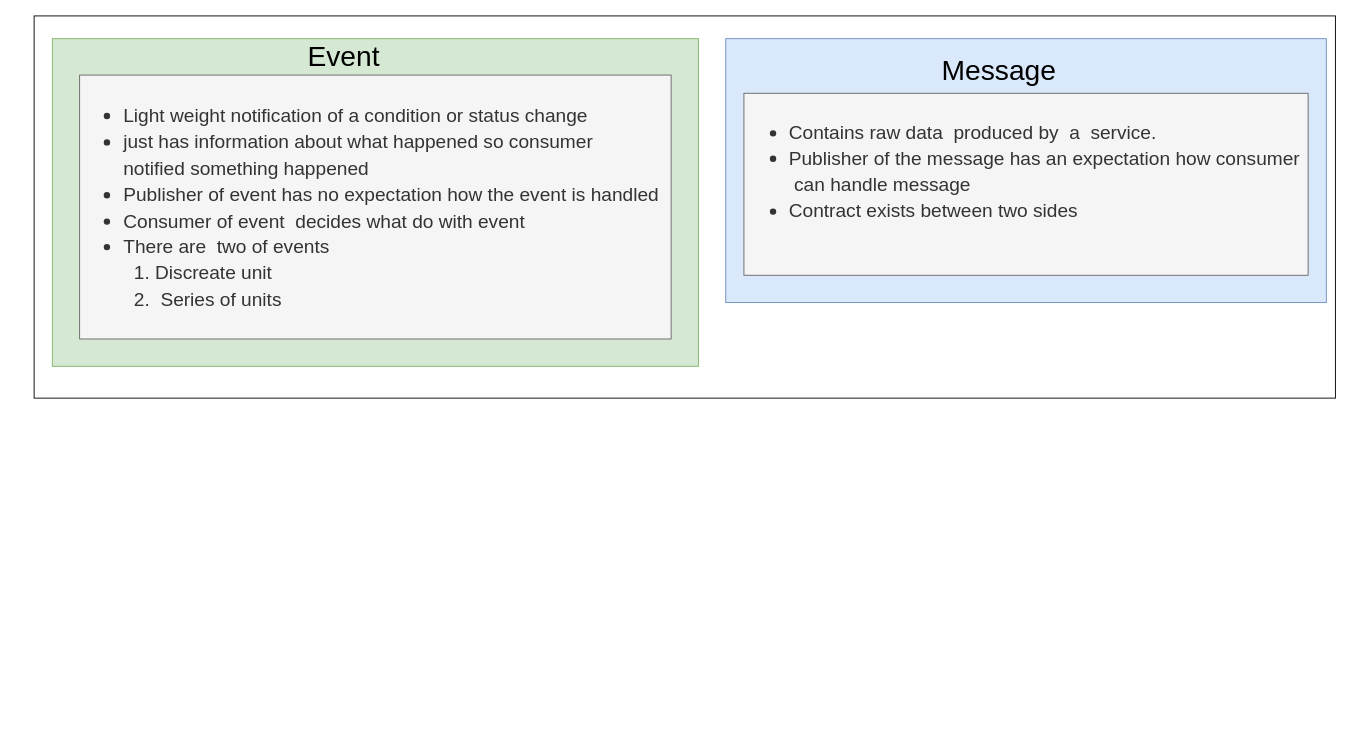
Before: page "Event VS Message" (2 of 3) of EventGrid/EventGrid_Flow_Diagrams.drawio in KollaRajesh/aztd-AzureMessagingServices, a draw.io diagram. Source tidied: cells renumbered, new cells numbered last; positions are measured from the earlier drawing's top-left corner, leaving out a move shared by most shapes. Both pictures are drawn from the tidied source at 91%, with x=0, y=0 at pixel (34, 15).
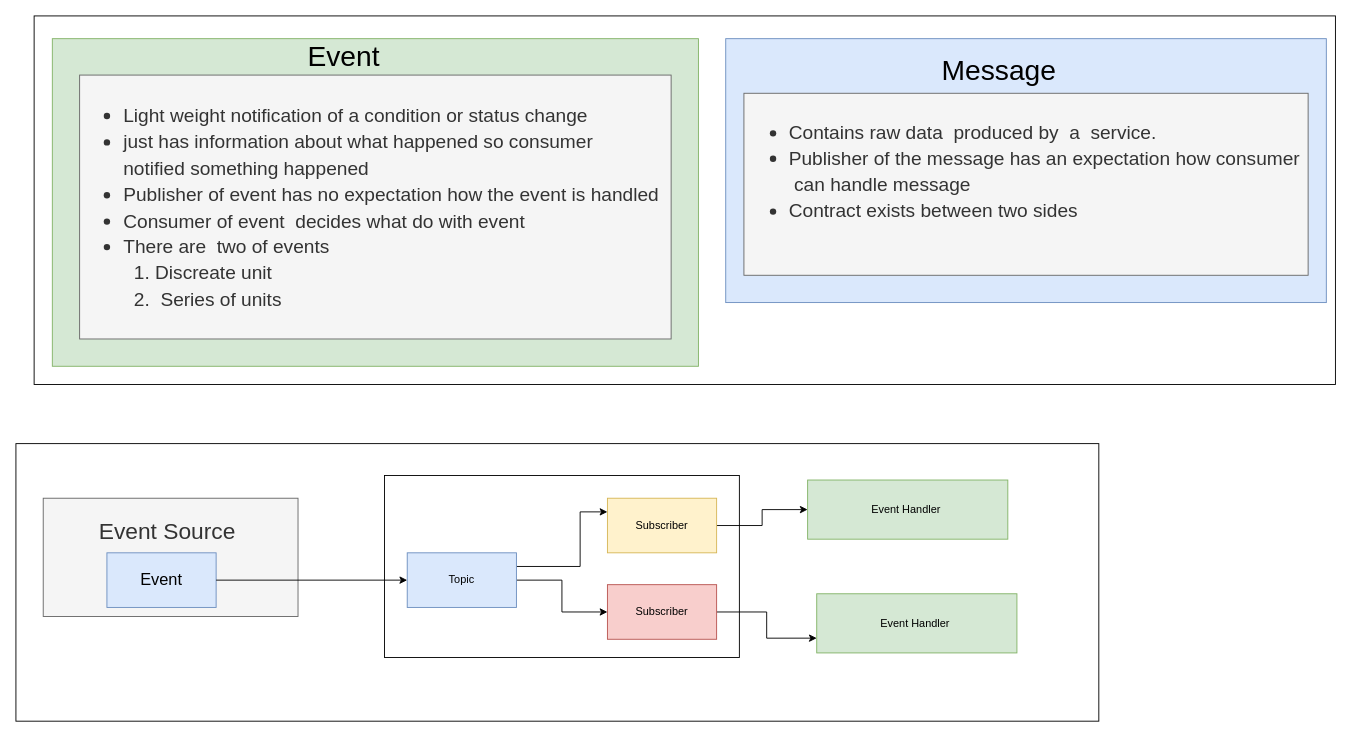
Above is the later version.

Change to the diagram source:
```diff
@@
+    <mxCell id="9" style="rounded=0;whiteSpace=wrap;html=1;sketch=0;strokeColor=#000000;strokeWidth=1;fontSize=18;fontColor=none;" parent="1" vertex="1">
+      <mxGeometry x="-20" y="470" width="1190" height="305" as="geometry" />
+    </mxCell>
     <mxCell id="2" style="rounded=0;whiteSpace=wrap;html=1;" parent="1" vertex="1">
-      <mxGeometry width="1430" height="420" as="geometry" />
+      <mxGeometry width="1430" height="405" as="geometry" />
     </mxCell>
@@
+    <mxCell id="10" value="&lt;font style=&quot;font-size: 25px&quot;&gt;Event Source&amp;nbsp;&lt;br&gt;&lt;br&gt;&lt;br&gt;&lt;/font&gt;" style="rounded=0;whiteSpace=wrap;html=1;sketch=0;strokeWidth=1;fillColor=#f5f5f5;fontColor=#333333;fillStyle=solid;strokeColor=#666666;" parent="1" vertex="1">
+      <mxGeometry x="10" y="530" width="280" height="130" as="geometry" />
+    </mxCell>
+    <mxCell id="11" style="rounded=0;whiteSpace=wrap;html=1;sketch=0;strokeWidth=1;fillColor=#ffffff;fontColor=none;fillStyle=solid;" parent="1" vertex="1">
+      <mxGeometry x="385" y="505" width="390" height="200" as="geometry" />
+    </mxCell>
+    <mxCell id="12" value="Event Handler&amp;nbsp;" style="rounded=0;whiteSpace=wrap;html=1;sketch=0;strokeWidth=1;fillColor=#d5e8d4;fillStyle=solid;strokeColor=#82b366;" parent="1" vertex="1">
+      <mxGeometry x="850" y="510" width="220" height="65" as="geometry" />
+    </mxCell>
+    <mxCell id="13" value="Event" style="rounded=0;whiteSpace=wrap;html=1;sketch=0;strokeColor=#6c8ebf;strokeWidth=1;fontSize=18;fillColor=#dae8fc;" parent="1" vertex="1">
+      <mxGeometry x="80" y="590" width="120" height="60" as="geometry" />
+    </mxCell>
+    <mxCell id="14" style="edgeStyle=orthogonalEdgeStyle;rounded=0;jettySize=auto;html=1;fontSize=18;fontColor=none;entryX=0;entryY=0.5;entryDx=0;entryDy=0;" parent="1" edge="1" source="16" target="20">
+      <mxGeometry relative="1" as="geometry" />
+    </mxCell>
+    <mxCell id="15" style="edgeStyle=orthogonalEdgeStyle;rounded=0;jettySize=auto;html=1;fontSize=18;fontColor=none;" parent="1" edge="1" source="16" target="18">
+      <mxGeometry relative="1" as="geometry">
+        <Array as="points">
+          <mxPoint x="600" y="605" />
+          <mxPoint x="600" y="545" />
+        </Array>
+      </mxGeometry>
+    </mxCell>
+    <mxCell id="16" value="Topic" style="rounded=0;whiteSpace=wrap;html=1;sketch=0;strokeColor=#6c8ebf;strokeWidth=1;fillColor=#dae8fc;" parent="1" vertex="1">
+      <mxGeometry x="410" y="590" width="120" height="60" as="geometry" />
+    </mxCell>
+    <mxCell id="17" style="edgeStyle=orthogonalEdgeStyle;rounded=0;jettySize=auto;html=1;fontSize=18;fontColor=none;" parent="1" edge="1" source="18" target="12">
+      <mxGeometry relative="1" as="geometry" />
+    </mxCell>
+    <mxCell id="18" value="Subscriber" style="rounded=0;whiteSpace=wrap;html=1;sketch=0;strokeColor=#d6b656;strokeWidth=1;fillColor=#fff2cc;" parent="1" vertex="1">
+      <mxGeometry x="630" y="530" width="120" height="60" as="geometry" />
+    </mxCell>
+    <mxCell id="19" style="edgeStyle=orthogonalEdgeStyle;rounded=0;jettySize=auto;html=1;entryX=0;entryY=0.75;entryDx=0;entryDy=0;fontSize=18;fontColor=none;" parent="1" edge="1" source="20" target="22">
+      <mxGeometry relative="1" as="geometry">
+        <Array as="points">
+          <mxPoint x="805" y="655" />
+          <mxPoint x="805" y="684" />
+        </Array>
+      </mxGeometry>
+    </mxCell>
+    <mxCell id="20" value="Subscriber" style="rounded=0;whiteSpace=wrap;html=1;sketch=0;strokeColor=#b85450;strokeWidth=1;fillColor=#f8cecc;" parent="1" vertex="1">
+      <mxGeometry x="630" y="625" width="120" height="60" as="geometry" />
+    </mxCell>
+    <mxCell id="21" style="edgeStyle=orthogonalEdgeStyle;rounded=0;jettySize=auto;html=1;fontSize=18;fontColor=none;exitX=1;exitY=0.5;exitDx=0;exitDy=0;" parent="1" edge="1" source="13" target="16">
+      <mxGeometry relative="1" as="geometry" />
+    </mxCell>
+    <mxCell id="22" value="Event Handler&amp;nbsp;" style="rounded=0;whiteSpace=wrap;html=1;sketch=0;strokeWidth=1;fillColor=#d5e8d4;fillStyle=solid;strokeColor=#82b366;" parent="1" vertex="1">
+      <mxGeometry x="860" y="635" width="220" height="65" as="geometry" />
+    </mxCell>
```
